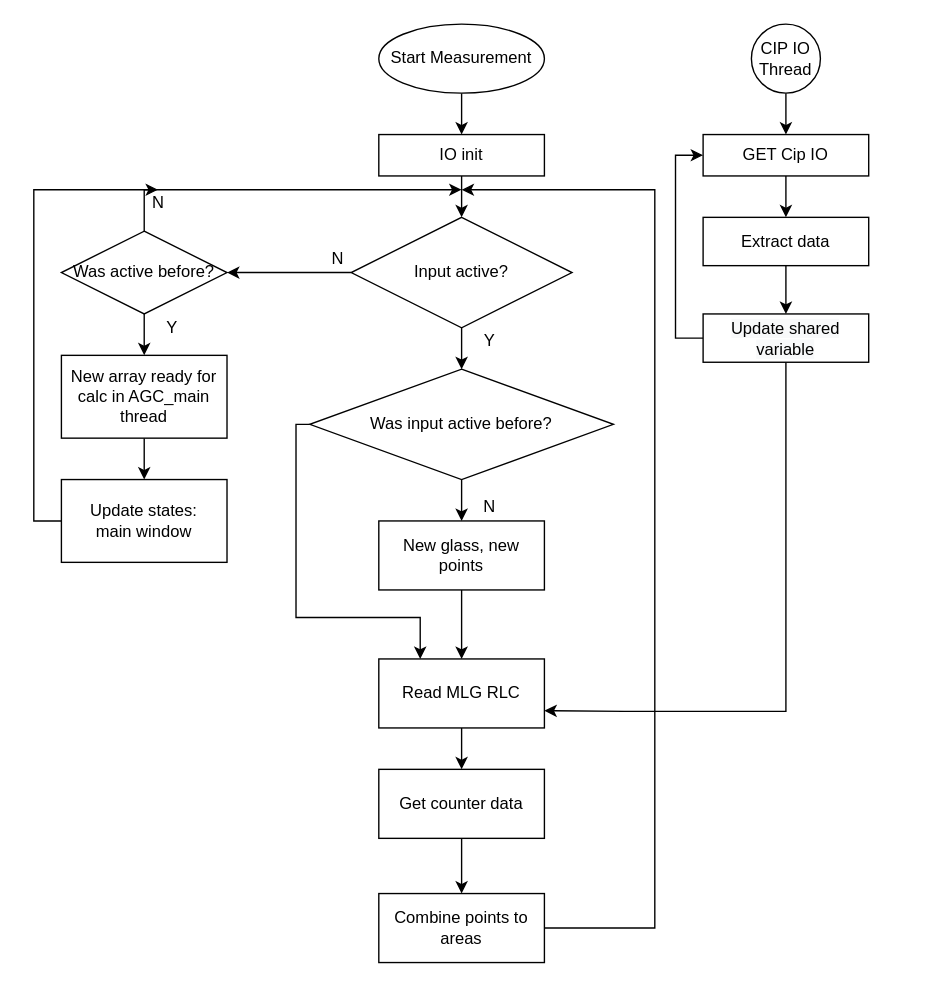
Before: page "Measuring" (8 of 9) of Inspection Platform Dataflow.drawio in megavad/Diagrams, a draw.io diagram. Source tidied: cells renumbered, new cells numbered last; positions are measured from the earlier drawing's top-left corner, leaving out a move shared by most shapes. Both pictures are drawn from the tidied source at 138%, with x=0, y=0 at pixel (33, 23).
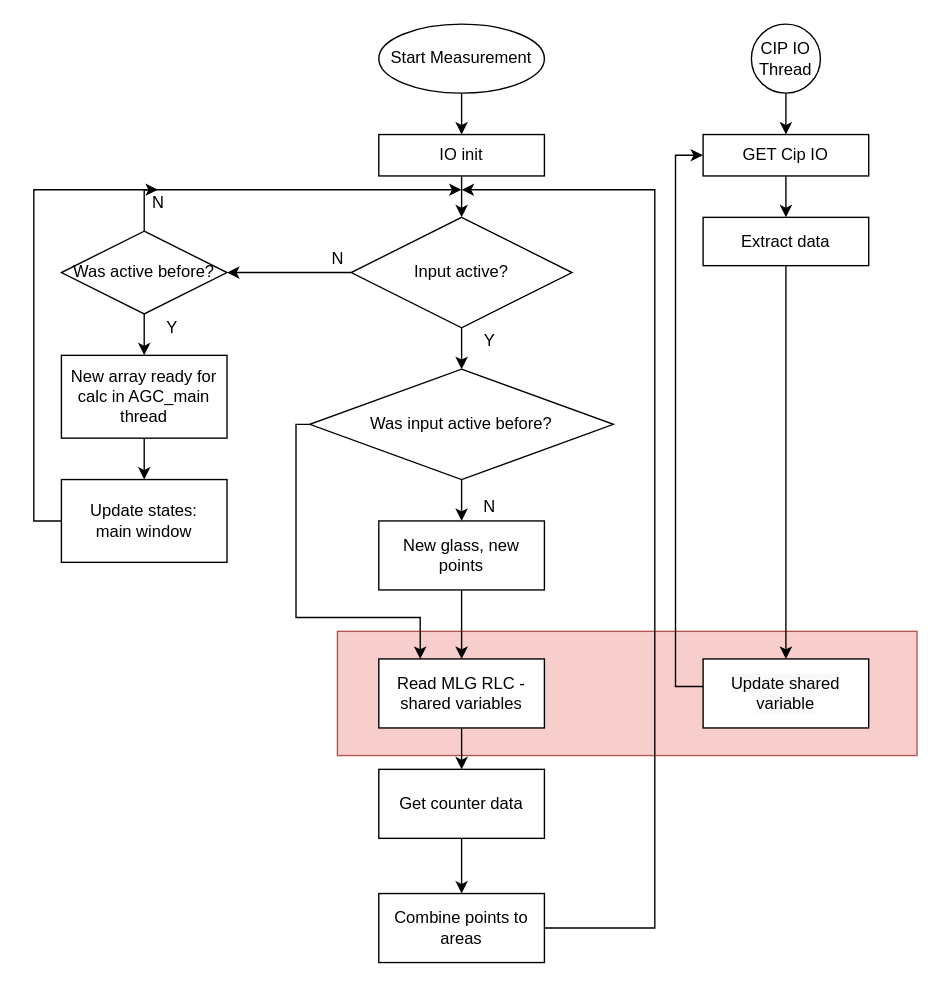
The same page after the edit.

The change refers to these unchanged cells:
```xml
<mxCell id="35" value="GET Cip IO" style="rounded=0;whiteSpace=wrap;html=1;" parent="1" vertex="1">
  <mxGeometry x="485" y="80" width="120" height="30" as="geometry" />
</mxCell>
```

Change to the diagram source:
```diff
@@
+    <mxCell id="41" style="rounded=0;whiteSpace=wrap;html=1;fillColor=#f8cecc;strokeColor=#b85450;" parent="1" vertex="1">
+      <mxGeometry x="220" y="440" width="420" height="90" as="geometry" />
+    </mxCell>
@@
-    <mxCell id="17" value="Read MLG RLC" style="rounded=0;whiteSpace=wrap;html=1;" parent="1" vertex="1">
+    <mxCell id="17" value="Read MLG RLC - shared variables" style="rounded=0;whiteSpace=wrap;html=1;" parent="1" vertex="1">
       <mxGeometry x="250" y="460" width="120" height="50" as="geometry" />
     </mxCell>
@@
     <mxCell id="38" style="edgeStyle=orthogonalEdgeStyle;rounded=0;jettySize=auto;html=1;entryX=0;entryY=0.5;entryDx=0;entryDy=0;" parent="1" edge="1" source="40" target="35">
       <mxGeometry relative="1" as="geometry">
         <Array as="points">
-          <mxPoint x="465" y="228" />
+          <mxPoint x="465" y="480" />
           <mxPoint x="465" y="95" />
         </Array>
       </mxGeometry>
     </mxCell>
-    <mxCell id="39" style="edgeStyle=orthogonalEdgeStyle;rounded=0;jettySize=auto;html=1;entryX=1;entryY=0.75;entryDx=0;entryDy=0;" parent="1" edge="1" source="40" target="17">
-      <mxGeometry relative="1" as="geometry">
-        <Array as="points">
-          <mxPoint x="545" y="498" />
-          <mxPoint x="428" y="498" />
-        </Array>
-      </mxGeometry>
-    </mxCell>
     <mxCell id="40" value="&#10;&#10;&lt;span style=&quot;color: rgb(0, 0, 0); font-family: helvetica; font-size: 12px; font-style: normal; font-weight: 400; letter-spacing: normal; text-align: center; text-indent: 0px; text-transform: none; word-spacing: 0px; background-color: rgb(248, 249, 250); display: inline; float: none;&quot;&gt;Update shared variable&lt;/span&gt;&#10;&#10;" style="whiteSpace=wrap;html=1;rounded=0;" parent="1" vertex="1">
-      <mxGeometry x="485" y="210" width="120" height="35" as="geometry" />
+      <mxGeometry x="485" y="460" width="120" height="50" as="geometry" />
     </mxCell>
```
